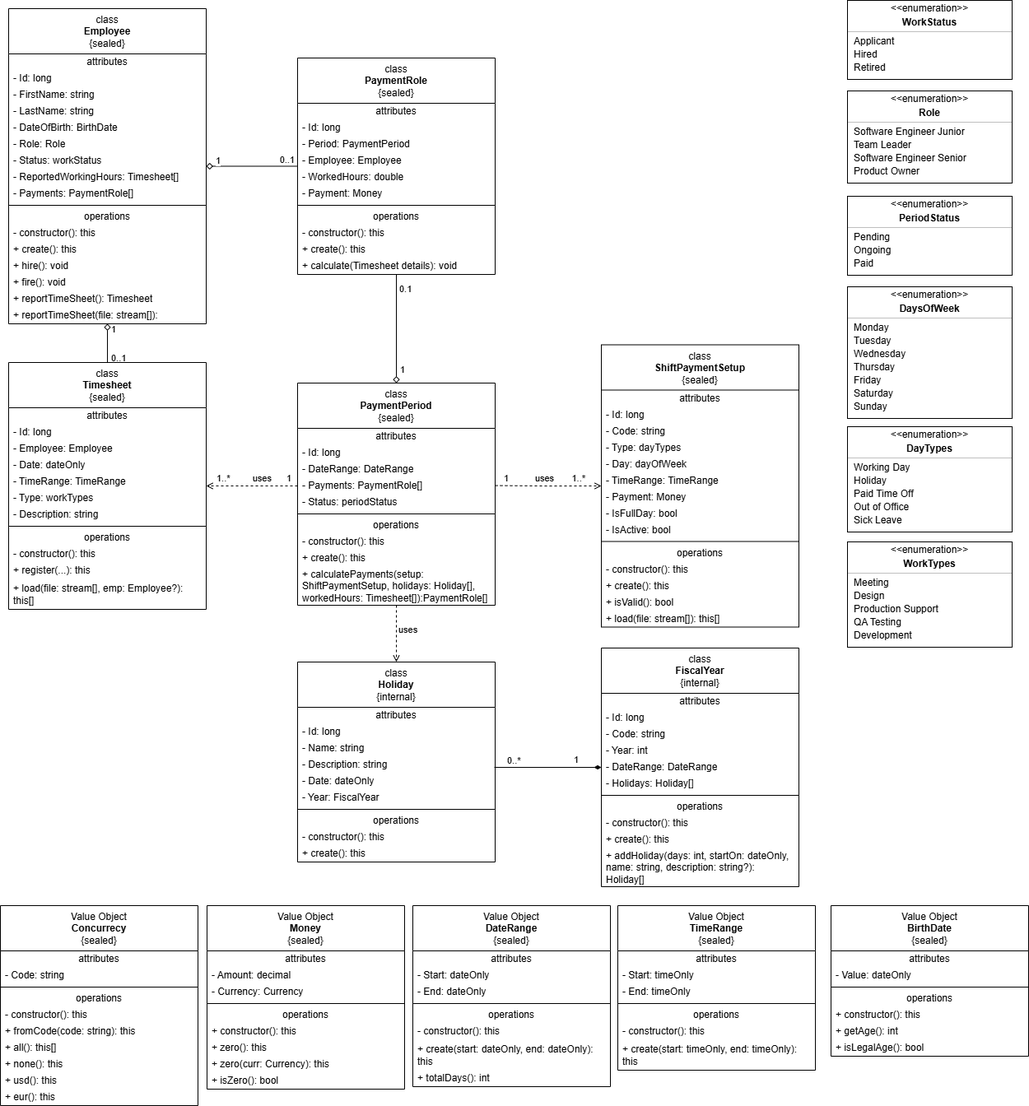
Before: docs/images/domain-model.png, a diagram exported from draw.io (rsmacias/PaymentCalculator). Source tidied: cells renumbered, new cells last; positions are measured from the earlier drawing's top-left corner, leaving out a move shared by most shapes.
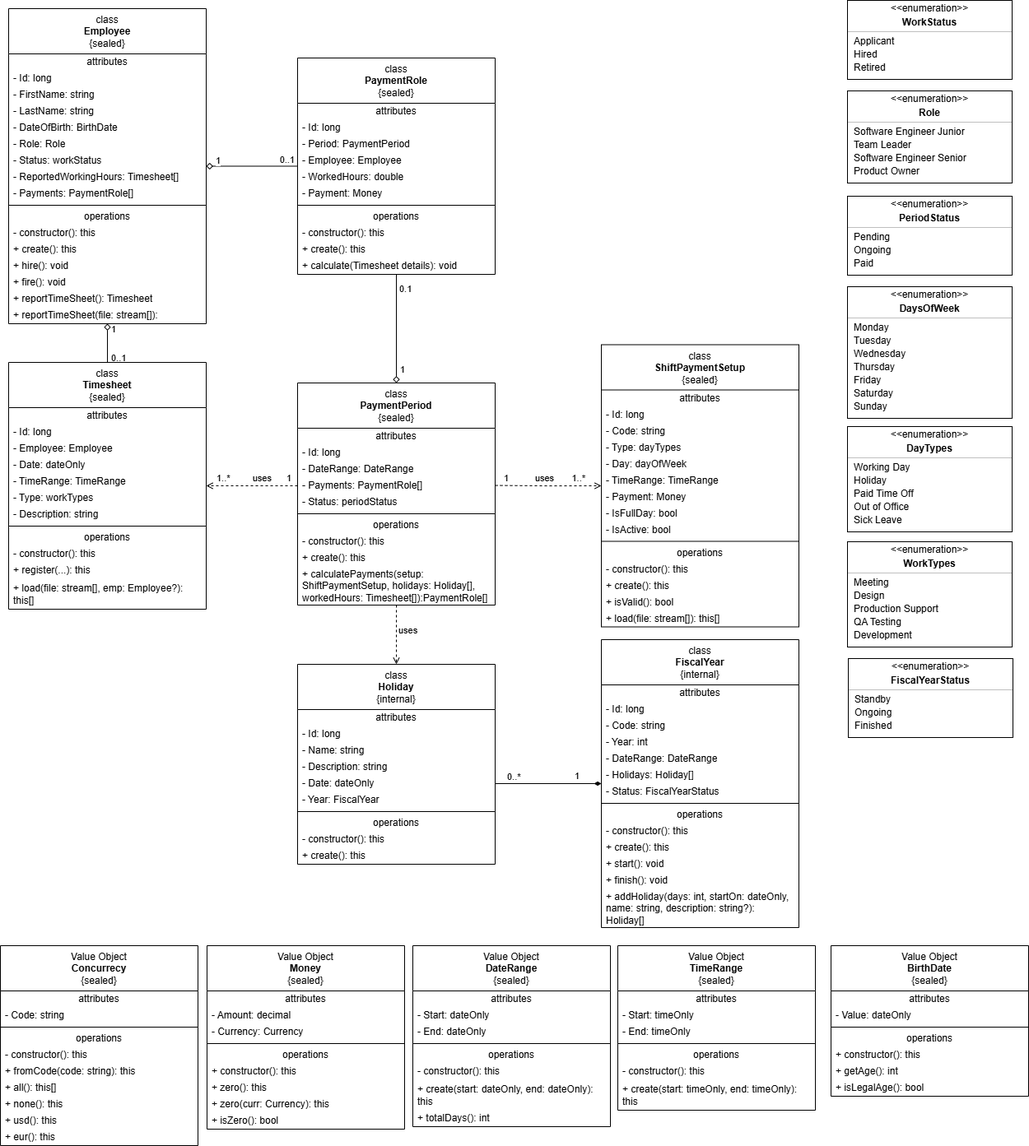
Later version of the same file.

Commit message:
refactor(domain): added the validations for the invariants at the Fiscal Year creation and its State transition.

Change to the diagram source:
```diff
@@ -435,7 +435,7 @@
       <mxGeometry x="0.92" y="-2" relative="1" as="geometry" />
     </mxCell>
     <mxCell id="144" value="Value Object&lt;br&gt;&lt;b&gt;Concurrecy&lt;/b&gt;&lt;br&gt;{sealed}" style="swimlane;fontStyle=0;align=center;verticalAlign=top;horizontal=1;startSize=55;html=1;whiteSpace=wrap;" parent="1" vertex="1">
-      <mxGeometry y="1100" width="240" height="243" as="geometry" />
+      <mxGeometry y="1149" width="240" height="243" as="geometry" />
     </mxCell>
     <mxCell id="145" value="attributes" style="text;html=1;strokeColor=none;fillColor=none;align=center;verticalAlign=middle;spacingLeft=4;spacingRight=4;overflow=hidden;whiteSpace=wrap;" parent="144" vertex="1">
       <mxGeometry y="55" width="240" height="20" as="geometry" />
@@ -482,7 +482,7 @@
       <mxGeometry x="0.81" y="-1" relative="1" as="geometry" />
     </mxCell>
     <mxCell id="159" value="class&lt;br&gt;&lt;b&gt;Holiday&lt;/b&gt;&lt;br&gt;{internal}" style="swimlane;fontStyle=0;align=center;verticalAlign=top;horizontal=1;startSize=55;html=1;whiteSpace=wrap;" parent="1" vertex="1">
-      <mxGeometry x="361" y="804" width="240" height="243" as="geometry" />
+      <mxGeometry x="361" y="807" width="240" height="243" as="geometry" />
     </mxCell>
     <mxCell id="160" value="attributes" style="text;html=1;strokeColor=none;fillColor=none;align=center;verticalAlign=middle;spacingLeft=4;spacingRight=4;overflow=hidden;whiteSpace=wrap;" parent="159" vertex="1">
       <mxGeometry y="55" width="240" height="20" as="geometry" />
@@ -514,10 +514,8 @@
     <mxCell id="169" value="+ create(): this" style="text;html=1;strokeColor=none;fillColor=none;align=left;verticalAlign=middle;spacingLeft=4;spacingRight=4;overflow=hidden;whiteSpace=wrap;" parent="159" vertex="1">
       <mxGeometry y="223" width="240" height="20" as="geometry" />
     </mxCell>
-    <mxCell id="170" style="edgeStyle=orthogonalEdgeStyle;rounded=0;jettySize=auto;html=1;startArrow=diamondThin;startFill=1;endArrow=none;" parent="1" edge="1" source="173">
-      <mxGeometry relative="1" as="geometry">
-        <mxPoint x="600" y="932" as="targetPoint" />
-      </mxGeometry>
+    <mxCell id="170" style="edgeStyle=orthogonalEdgeStyle;rounded=0;jettySize=auto;html=1;startArrow=diamondThin;startFill=1;endArrow=none;entryX=1;entryY=0.5;entryDx=0;entryDy=0;" parent="1" edge="1" source="173" target="164">
+      <mxGeometry relative="1" as="geometry" />
     </mxCell>
     <mxCell id="171" value="1" style="edgeLabel;html=1;align=left;verticalAlign=bottom;labelPosition=right;verticalLabelPosition=top;" parent="170" vertex="1">
       <mxGeometry x="-0.47" y="-1" relative="1" as="geometry" />
@@ -526,7 +524,7 @@
       <mxGeometry x="0.8" relative="1" as="geometry" />
     </mxCell>
     <mxCell id="173" value="class&lt;br&gt;&lt;b&gt;FiscalYear&lt;/b&gt;&lt;br&gt;{internal}" style="swimlane;fontStyle=0;align=center;verticalAlign=top;horizontal=1;startSize=55;html=1;whiteSpace=wrap;" parent="1" vertex="1">
-      <mxGeometry x="730" y="787" width="240" height="290" as="geometry" />
+      <mxGeometry x="730" y="777" width="240" height="350" as="geometry" />
     </mxCell>
     <mxCell id="174" value="attributes" style="text;html=1;strokeColor=none;fillColor=none;align=center;verticalAlign=middle;spacingLeft=4;spacingRight=4;overflow=hidden;whiteSpace=wrap;" parent="173" vertex="1">
       <mxGeometry y="55" width="240" height="20" as="geometry" />
@@ -546,23 +544,32 @@
     <mxCell id="179" value="- Holidays: Holiday[]" style="text;html=1;strokeColor=none;fillColor=none;align=left;verticalAlign=middle;spacingLeft=4;spacingRight=4;overflow=hidden;whiteSpace=wrap;" parent="173" vertex="1">
       <mxGeometry y="155" width="240" height="20" as="geometry" />
     </mxCell>
+    <mxCell id="220" value="- Status: FiscalYearStatus" style="text;html=1;strokeColor=none;fillColor=none;align=left;verticalAlign=middle;spacingLeft=4;spacingRight=4;overflow=hidden;whiteSpace=wrap;" parent="173" vertex="1">
+      <mxGeometry y="175" width="240" height="20" as="geometry" />
+    </mxCell>
     <mxCell id="180" style="line;strokeWidth=1;fillColor=none;align=left;verticalAlign=middle;spacingTop=-1;spacingLeft=3;spacingRight=3;labelPosition=right;" parent="173" vertex="1">
-      <mxGeometry y="175" width="240" height="8" as="geometry" />
+      <mxGeometry y="195" width="240" height="8" as="geometry" />
     </mxCell>
     <mxCell id="181" value="operations" style="text;html=1;strokeColor=none;fillColor=none;align=center;verticalAlign=middle;spacingLeft=4;spacingRight=4;overflow=hidden;whiteSpace=wrap;" parent="173" vertex="1">
-      <mxGeometry y="183" width="240" height="20" as="geometry" />
+      <mxGeometry y="203" width="240" height="20" as="geometry" />
     </mxCell>
     <mxCell id="182" value="- constructor(): this" style="text;html=1;strokeColor=none;fillColor=none;align=left;verticalAlign=middle;spacingLeft=4;spacingRight=4;overflow=hidden;whiteSpace=wrap;" parent="173" vertex="1">
-      <mxGeometry y="203" width="240" height="20" as="geometry" />
+      <mxGeometry y="223" width="240" height="20" as="geometry" />
     </mxCell>
     <mxCell id="183" value="+ create(): this" style="text;html=1;strokeColor=none;fillColor=none;align=left;verticalAlign=middle;spacingLeft=4;spacingRight=4;overflow=hidden;whiteSpace=wrap;" parent="173" vertex="1">
-      <mxGeometry y="223" width="240" height="20" as="geometry" />
+      <mxGeometry y="243" width="240" height="20" as="geometry" />
     </mxCell>
+    <mxCell id="221" value="+ start(): void" style="text;html=1;strokeColor=none;fillColor=none;align=left;verticalAlign=middle;spacingLeft=4;spacingRight=4;overflow=hidden;whiteSpace=wrap;" parent="173" vertex="1">
+      <mxGeometry y="263" width="240" height="20" as="geometry" />
+    </mxCell>
+    <mxCell id="222" value="+ finish(): void" style="text;html=1;strokeColor=none;fillColor=none;align=left;verticalAlign=middle;spacingLeft=4;spacingRight=4;overflow=hidden;whiteSpace=wrap;" parent="173" vertex="1">
+      <mxGeometry y="283" width="240" height="20" as="geometry" />
+    </mxCell>
     <mxCell id="184" value="+ addHoliday(days: int, startOn: dateOnly, name: string, description: string?): Holiday[]" style="text;html=1;strokeColor=none;fillColor=none;align=left;verticalAlign=middle;spacingLeft=4;spacingRight=4;overflow=hidden;whiteSpace=wrap;" parent="173" vertex="1">
-      <mxGeometry y="243" width="240" height="47" as="geometry" />
+      <mxGeometry y="303" width="240" height="47" as="geometry" />
     </mxCell>
     <mxCell id="185" value="Value Object&lt;br&gt;&lt;b&gt;Money&lt;/b&gt;&lt;br&gt;{sealed}" style="swimlane;fontStyle=0;align=center;verticalAlign=top;horizontal=1;startSize=55;html=1;whiteSpace=wrap;" parent="1" vertex="1">
-      <mxGeometry x="251" y="1100" width="240" height="223" as="geometry" />
+      <mxGeometry x="251" y="1149" width="240" height="223" as="geometry" />
     </mxCell>
     <mxCell id="186" value="attributes" style="text;html=1;strokeColor=none;fillColor=none;align=center;verticalAlign=middle;spacingLeft=4;spacingRight=4;overflow=hidden;whiteSpace=wrap;" parent="185" vertex="1">
       <mxGeometry y="55" width="240" height="20" as="geometry" />
@@ -592,7 +599,7 @@
       <mxGeometry y="203" width="240" height="20" as="geometry" />
     </mxCell>
     <mxCell id="195" value="Value Object&lt;br&gt;&lt;b&gt;DateRange&lt;/b&gt;&lt;br&gt;{sealed}" style="swimlane;fontStyle=0;align=center;verticalAlign=top;horizontal=1;startSize=55;html=1;whiteSpace=wrap;" parent="1" vertex="1">
-      <mxGeometry x="501" y="1100" width="240" height="220" as="geometry" />
+      <mxGeometry x="501" y="1149" width="240" height="220" as="geometry" />
     </mxCell>
     <mxCell id="196" value="attributes" style="text;html=1;strokeColor=none;fillColor=none;align=center;verticalAlign=middle;spacingLeft=4;spacingRight=4;overflow=hidden;whiteSpace=wrap;" parent="195" vertex="1">
       <mxGeometry y="55" width="240" height="20" as="geometry" />
@@ -619,7 +626,7 @@
       <mxGeometry y="200" width="240" height="20" as="geometry" />
     </mxCell>
     <mxCell id="204" value="Value Object&lt;br&gt;&lt;b&gt;TimeRange&lt;/b&gt;&lt;br&gt;{sealed}" style="swimlane;fontStyle=0;align=center;verticalAlign=top;horizontal=1;startSize=55;html=1;whiteSpace=wrap;" parent="1" vertex="1">
-      <mxGeometry x="750" y="1100" width="240" height="200" as="geometry" />
+      <mxGeometry x="750" y="1149" width="240" height="200" as="geometry" />
     </mxCell>
     <mxCell id="205" value="attributes" style="text;html=1;strokeColor=none;fillColor=none;align=center;verticalAlign=middle;spacingLeft=4;spacingRight=4;overflow=hidden;whiteSpace=wrap;" parent="204" vertex="1">
       <mxGeometry y="55" width="240" height="20" as="geometry" />
@@ -643,7 +650,7 @@
       <mxGeometry y="163" width="240" height="37" as="geometry" />
     </mxCell>
     <mxCell id="212" value="Value Object&lt;br&gt;&lt;b&gt;BirthDate&lt;/b&gt;&lt;br&gt;{sealed}" style="swimlane;fontStyle=0;align=center;verticalAlign=top;horizontal=1;startSize=55;html=1;whiteSpace=wrap;" parent="1" vertex="1">
-      <mxGeometry x="1009" y="1100" width="240" height="183" as="geometry" />
+      <mxGeometry x="1009" y="1149" width="240" height="183" as="geometry" />
     </mxCell>
     <mxCell id="213" value="attributes" style="text;html=1;strokeColor=none;fillColor=none;align=center;verticalAlign=middle;spacingLeft=4;spacingRight=4;overflow=hidden;whiteSpace=wrap;" parent="212" vertex="1">
       <mxGeometry y="55" width="240" height="20" as="geometry" />
@@ -666,5 +673,29 @@
     <mxCell id="219" value="+ isLegalAge(): bool" style="text;html=1;strokeColor=none;fillColor=none;align=left;verticalAlign=middle;spacingLeft=4;spacingRight=4;overflow=hidden;whiteSpace=wrap;" parent="212" vertex="1">
       <mxGeometry y="163" width="240" height="20" as="geometry" />
     </mxCell>
+    <mxCell id="223" style="fontStyle=1;align=center;verticalAlign=middle;horizontal=1;" parent="1" vertex="1">
+      <mxGeometry x="1030" y="800" width="200" height="96" as="geometry" />
+    </mxCell>
+    <mxCell id="224" value="&amp;lt;&amp;lt;enumeration&amp;gt;&amp;gt;" style="html=1;align=center;spacing=0;verticalAlign=middle;strokeColor=none;fillColor=none;whiteSpace=wrap;" parent="223" vertex="1">
+      <mxGeometry width="200" height="20" as="geometry" />
+    </mxCell>
+    <mxCell id="225" value="FiscalYearStatus" style="html=1;align=center;spacing=0;verticalAlign=middle;strokeColor=none;fillColor=none;whiteSpace=wrap;fontStyle=1;" parent="223" vertex="1">
+      <mxGeometry y="20" width="200" height="14" as="geometry" />
+    </mxCell>
+    <mxCell id="226" style="line;strokeWidth=0.25;fillColor=none;align=left;verticalAlign=middle;spacingTop=-1;spacingLeft=3;spacingRight=3;labelPosition=right;" parent="223" vertex="1">
+      <mxGeometry y="34" width="200" height="8" as="geometry" />
+    </mxCell>
+    <mxCell id="227" value="Standby" style="html=1;align=left;spacing=0;spacingLeft=8;verticalAlign=middle;strokeColor=none;fillColor=none;whiteSpace=wrap;" parent="223" vertex="1">
+      <mxGeometry y="42" width="200" height="16" as="geometry" />
+    </mxCell>
+    <mxCell id="228" value="Ongoing" style="html=1;align=left;spacing=0;spacingLeft=8;verticalAlign=middle;strokeColor=none;fillColor=none;whiteSpace=wrap;" parent="223" vertex="1">
+      <mxGeometry y="58" width="200" height="16" as="geometry" />
+    </mxCell>
+    <mxCell id="229" value="Finished" style="html=1;align=left;spacing=0;spacingLeft=8;verticalAlign=middle;strokeColor=none;fillColor=none;whiteSpace=wrap;" parent="223" vertex="1">
+      <mxGeometry y="74" width="200" height="16" as="geometry" />
+    </mxCell>
+    <mxCell id="230" style="html=1;align=left;spacing=0;spacingLeft=8;verticalAlign=middle;strokeColor=none;fillColor=none;whiteSpace=wrap;" parent="223" vertex="1">
+      <mxGeometry y="90" width="200" height="6" as="geometry" />
+    </mxCell>
   </root>
 </mxGraphModel>
```
